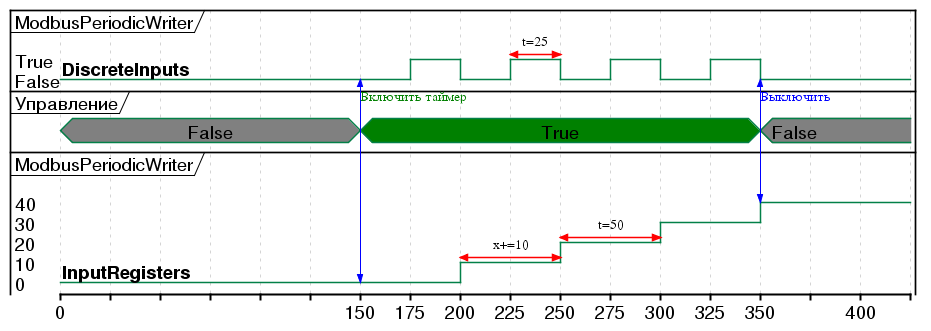
Earlier version of the PlantUML export Dissertation/images/modbus_periodic_writer.png (UlrichVonRekkenin/PhdLaTeX). The source it was exported from:
```plantuml
@startuml
scale 1.5
skinparam {
    Dpi 300
    PackageFontSize 20
    arrowThickness 4
    DefaultFontSize 18
    ClassFontSize 28
    ClassAttributeFontSize 25
}

robust "ModbusPeriodicWriter" as period_bool
concise "Управление" as cond
robust "ModbusPeriodicWriter" as period_word

cond@150 -> period_bool@150 : <font color=green>Включить таймер</font>
cond@350 -> period_bool@350 : <font color=blue>Выключить</font>
cond@150 -> period_word@150
cond@350 -> period_word@350

@cond
0 is False #Gray
150 is True #Green
350 is False #Gray

@period_word
0 is 0 : **InputRegisters**
200 is 10
250 is 20
300 is 30
350 is 40
@200 <->@+50 : x+=10
@250 <->@+50 : t=50

@period_bool
0 is False : **DiscreteInputs**
@225 <-> @+25 : t=25
175 is True
200 is False
225 is True
250 is False
275 is True
300 is False
325 is True
350 is False

@+50

@enduml
```
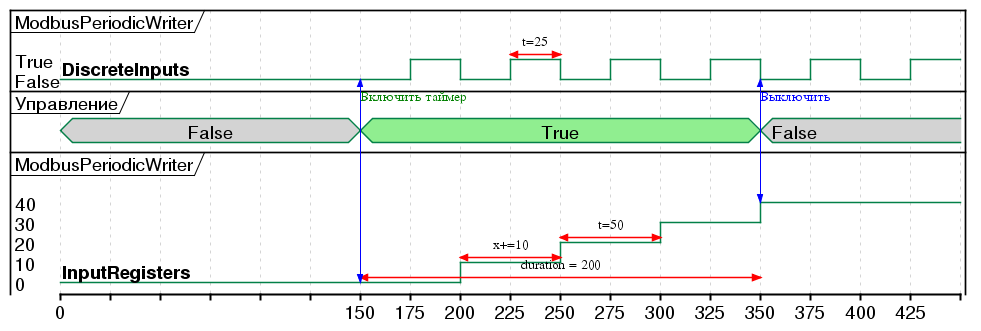
The same diagram one commit later.

The edit, as a diff of the source:
```diff
@@ -19,9 +19,9 @@
 cond@350 -> period_word@350
 
 @cond
-0 is False #Gray
-150 is True #Green
-350 is False #Gray
+0 is False #LightGray
+150 is True #LightGreen
+350 is False #LightGray
 
 @period_word
 0 is 0 : **InputRegisters**
@@ -31,6 +31,7 @@
 350 is 40
 @200 <->@+50 : x+=10
 @250 <->@+50 : t=50
+@150 <-> @+200 : duration = 200
 
 @period_bool
 0 is False : **DiscreteInputs**
@@ -43,7 +44,8 @@
 300 is False
 325 is True
 350 is False
-
-@+50
+375 is True
+400 is False
+425 is True
 
 @enduml
```
